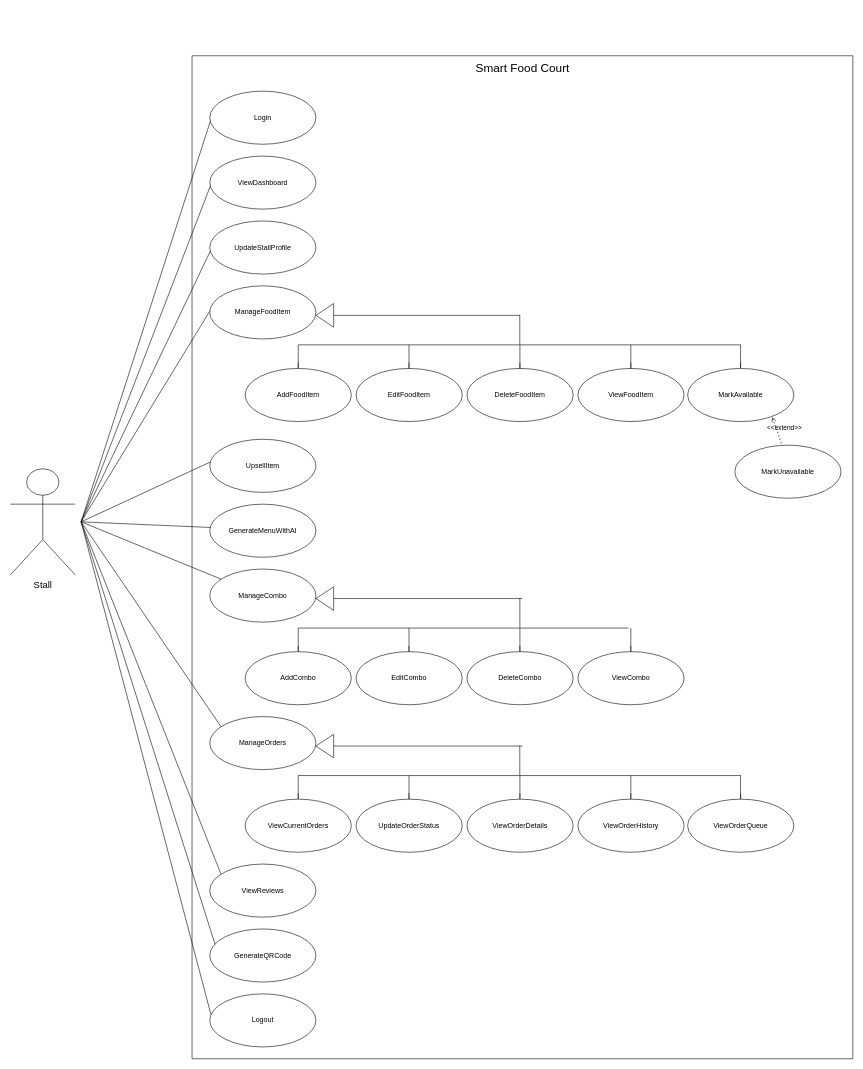
arafatmansuri/SmartFoodCourt-System-Design keeps this draw.io diagram as usecase/Stall-UseCase.drawio. Above is the earlier version. Source tidied: cells renumbered, new cells numbered last; positions are measured from the earlier drawing's top-left corner, leaving out a move shared by most shapes. Both pictures are drawn from the tidied source at 59%, with x=0, y=0 at pixel (10, 55).
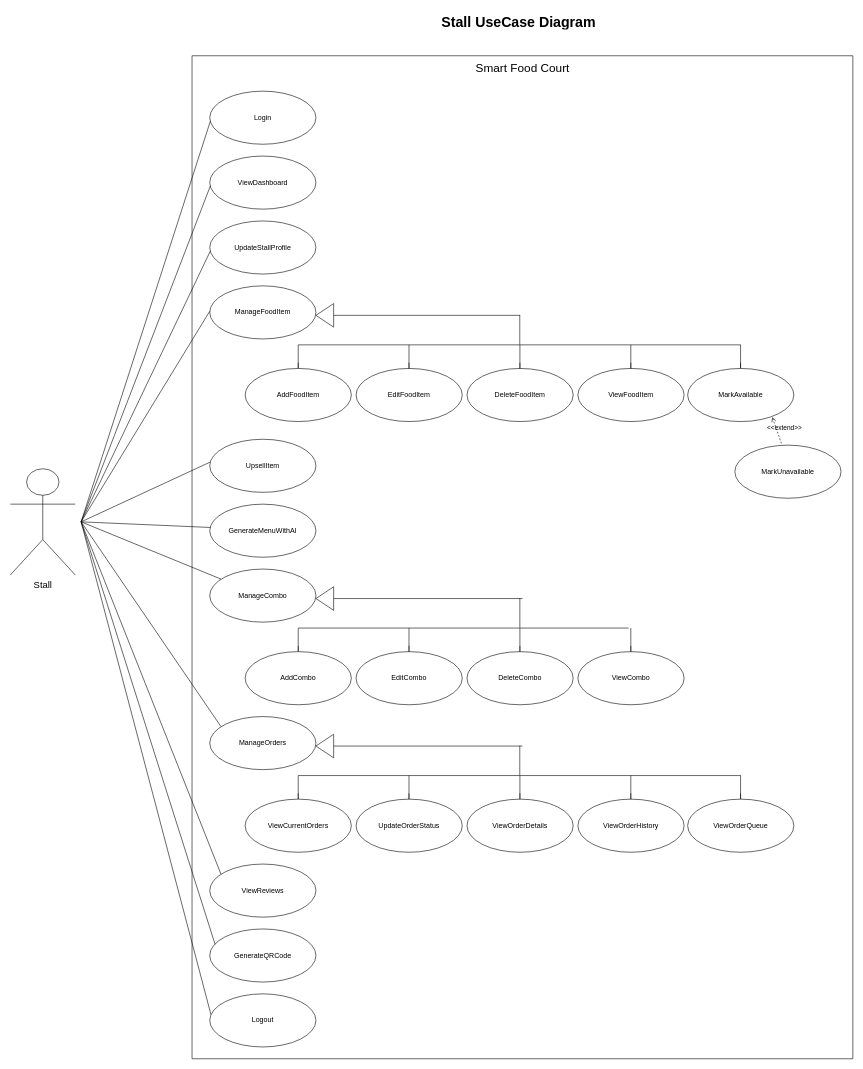
After the change.

Change to the diagram source:
```diff
@@
+    <mxCell id="69" value="&lt;h1 style=&quot;margin-top: 0px;&quot;&gt;Stall UseCase Diagram&lt;/h1&gt;" style="text;html=1;whiteSpace=wrap;overflow=hidden;rounded=0;" parent="1" vertex="1">
+      <mxGeometry x="729.4" y="-77" width="274" height="30" as="geometry" />
+    </mxCell>
```
